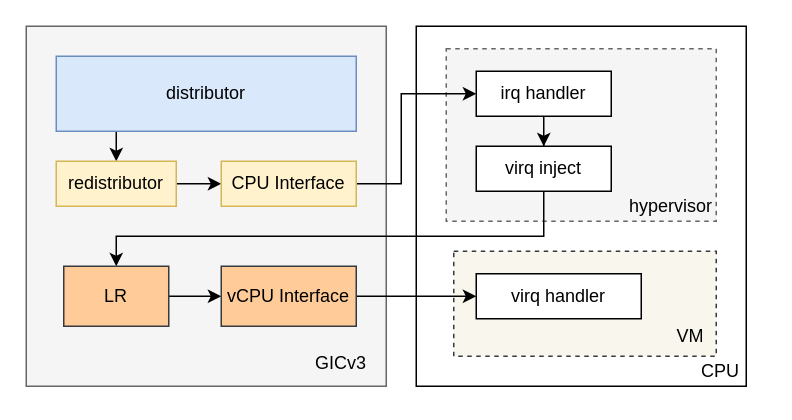
This is gicv3 virq.drawio from zhouhaoan/drawios, a draw.io file, before an edit. Source tidied: cells renumbered, new cells numbered last; positions are measured from the earlier drawing's top-left corner, leaving out a move shared by most shapes. Both pictures are drawn from the tidied source at 150%, with x=0, y=0 at pixel (26, 26).
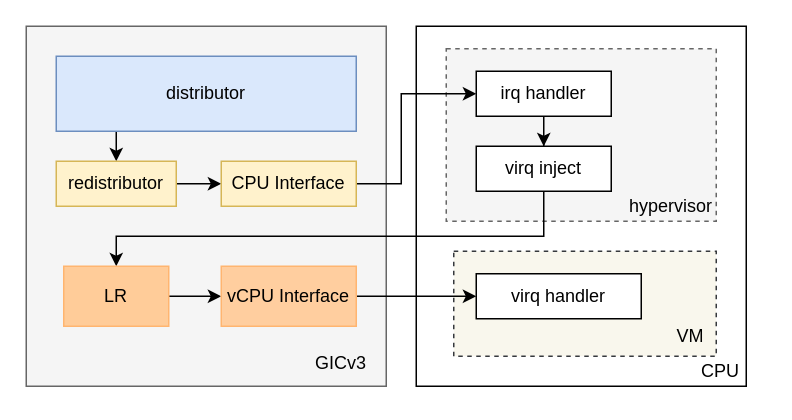
The same page after the edit.

The edit, as a diff of the source:
```diff
@@
-    <mxCell id="19" value="LR" style="rounded=0;whiteSpace=wrap;html=1;fillColor=#ffcc99;strokeColor=#36393d;" parent="1" vertex="1">
+    <mxCell id="19" value="LR" style="rounded=0;whiteSpace=wrap;html=1;fillColor=#ffcc99;strokeColor=#FFB570;" parent="1" vertex="1">
       <mxGeometry x="25" y="160" width="70" height="40" as="geometry" />
     </mxCell>
@@
-    <mxCell id="22" value="vCPU Interface" style="rounded=0;whiteSpace=wrap;html=1;fillColor=#ffcc99;strokeColor=#36393d;" parent="1" vertex="1">
+    <mxCell id="22" value="vCPU Interface" style="rounded=0;whiteSpace=wrap;html=1;fillColor=#FFCE9F;strokeColor=#FFB570;" parent="1" vertex="1">
       <mxGeometry x="130" y="160" width="90" height="40" as="geometry" />
     </mxCell>
```
